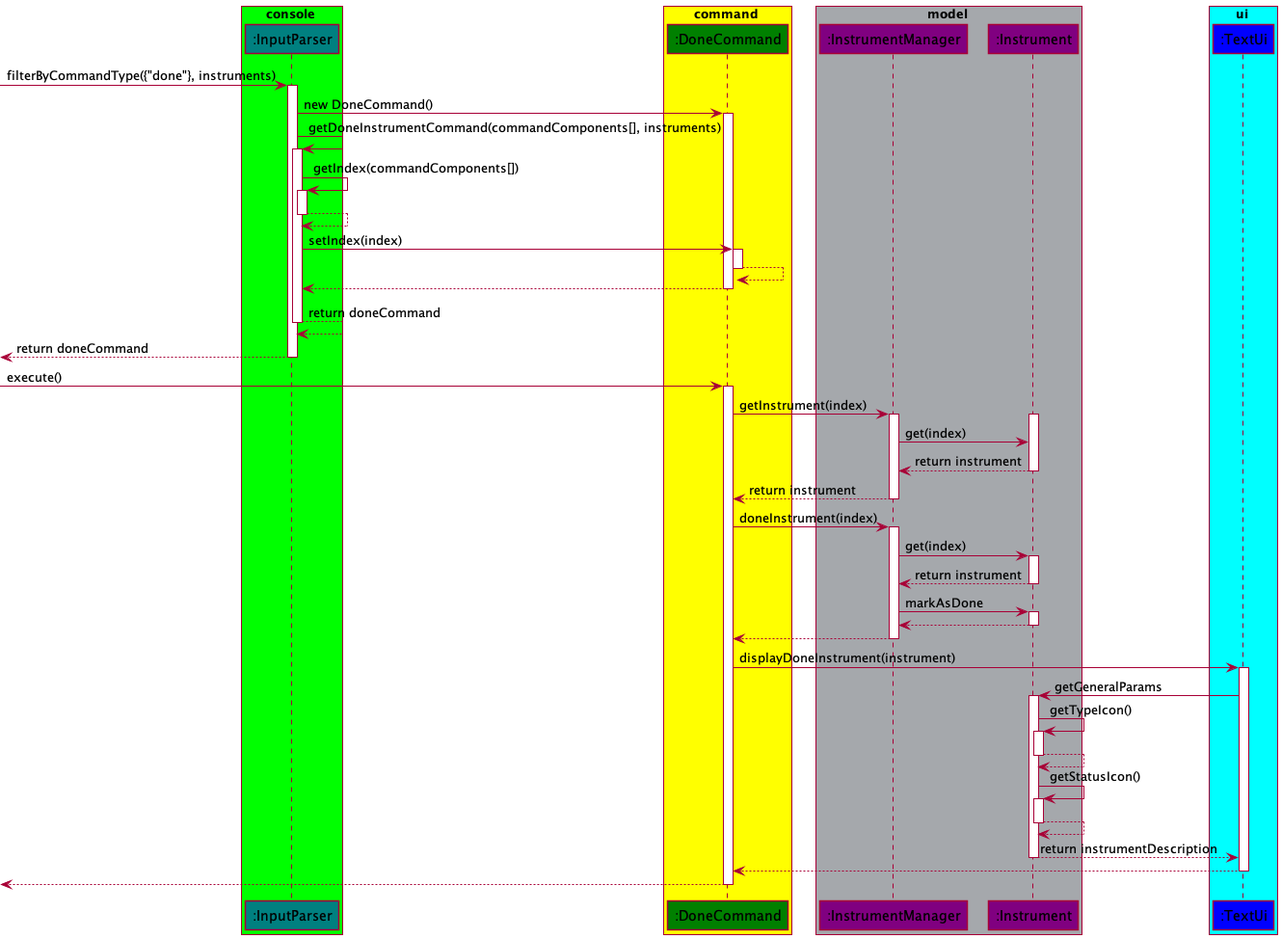
williamlamjy/mTracker keeps this PlantUML diagram as docs/images/DoneCryptoSequenceDiagram.png. Above is the earlier version.
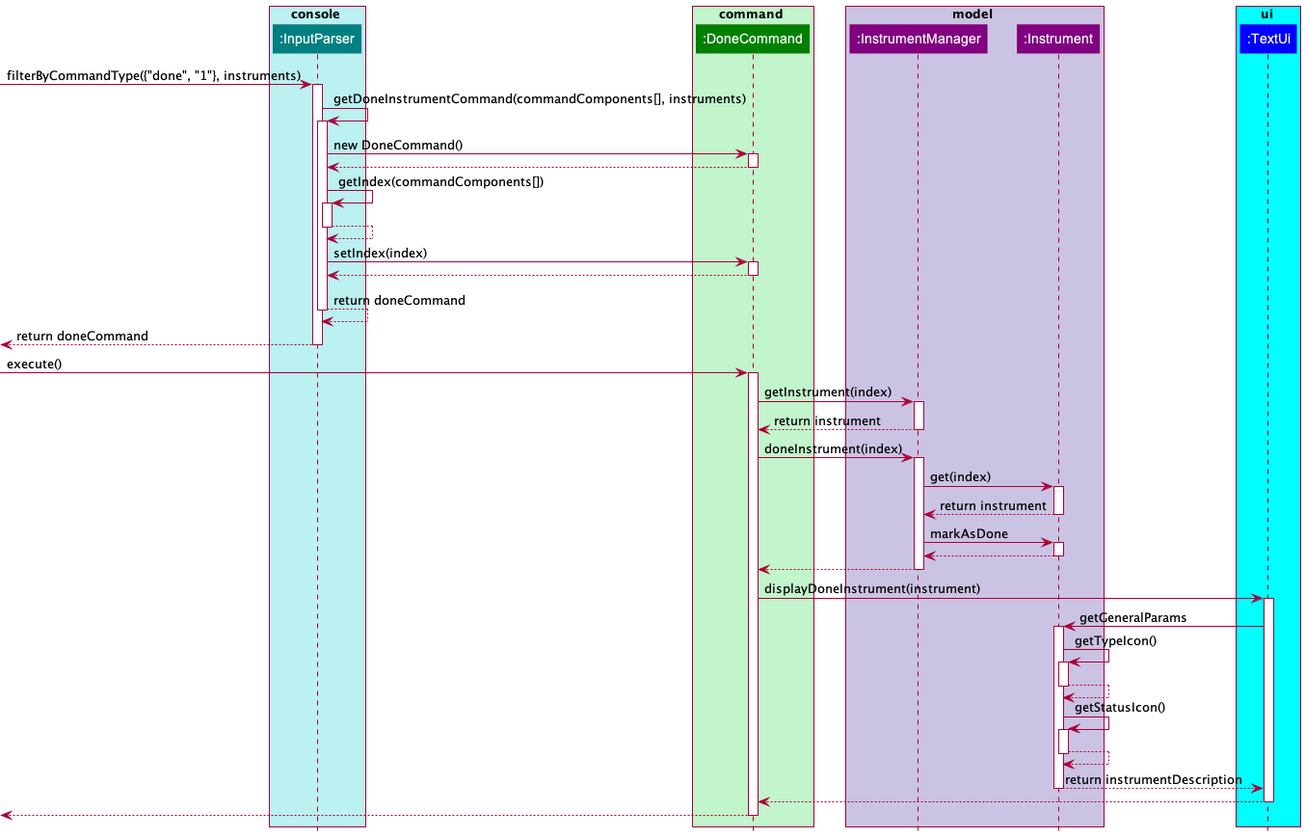
The same diagram one commit later.

Diff of the diagram source:
```diff
@@ -1,15 +1,15 @@
 @startuml
 !include Styles.puml
 
-box console COLOR_BRIGHT_GREEN
+box console COLOR_CONSOLE_SEGMENT
 participant ":InputParser" as InputParser COLOR_CONSOLE
 end box
 
-box command COLOR_YELLOW
+box command COLOR_FAINT_GREEN
 participant ":DoneCommand" as DoneCommand COLOR_COMMANDS
 end box
 
-box model COLOR_GREY
+box model COLOR_MODEL_SEGMENT
 participant ":InstrumentManager" as InstrumentManager COLOR_MODEL
 participant ":Instrument" as Instrument COLOR_MODEL
 end box
@@ -19,14 +19,16 @@
 end box
 
 
-[-> InputParser : filterByCommandType({"done"}, instruments)
+[-> InputParser : filterByCommandType({"done", "1"}, instruments)
+activate InputParser
+
+InputParser ->InputParser: getDoneInstrumentCommand(commandComponents[], instruments)
 activate InputParser
 
 InputParser-> DoneCommand : new DoneCommand()
 activate DoneCommand
-
-InputParser ->InputParser: getDoneInstrumentCommand(commandComponents[], instruments)
-activate InputParser
+DoneCommand --> InputParser
+deactivate DoneCommand
 
 InputParser ->InputParser: getIndex(commandComponents[])
 activate InputParser
@@ -36,11 +38,6 @@
 InputParser ->DoneCommand: setIndex(index)
 activate DoneCommand
 
-activate DoneCommand
-DoneCommand --> DoneCommand
-deactivate DoneCommand
-
-deactivate DoneCommand
 DoneCommand--> InputParser
 deactivate DoneCommand
 
@@ -56,12 +53,6 @@
 
 DoneCommand-> InstrumentManager: getInstrument(index)
 activate InstrumentManager
-
-activate Instrument
-InstrumentManager-> Instrument: get(index)
-
-Instrument--> InstrumentManager: return instrument
-deactivate Instrument
 
 
 InstrumentManager--> DoneCommand: return instrument
```
